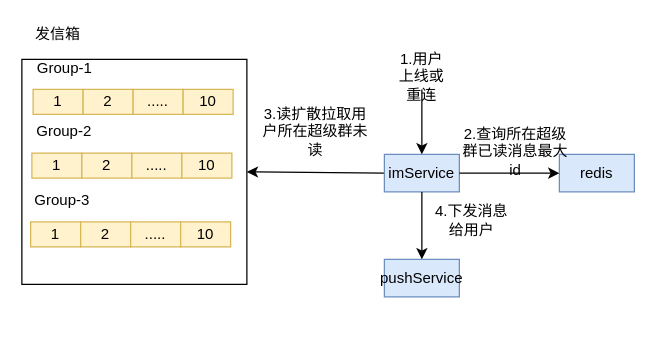
Earlier version of the draw.io diagram arch/im/SuperGroupChat.drawio (zhangchuhu/drawio). Source tidied: cells renumbered, new cells numbered last; positions are measured from the earlier drawing's top-left corner, leaving out a move shared by most shapes. Both pictures are drawn from the tidied source at 125%, with x=0, y=0 at pixel (21, 21).
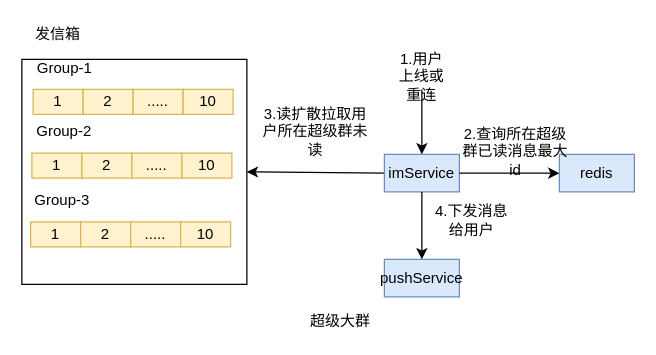
The same diagram, later.

Change to the diagram source:
```diff
@@
+    <mxCell id="30" value="超级大群" style="text;html=1;strokeColor=none;fillColor=none;align=center;verticalAlign=middle;whiteSpace=wrap;rounded=0;" parent="1" vertex="1">
+      <mxGeometry x="220" y="230" width="70" height="20" as="geometry" />
+    </mxCell>
```
